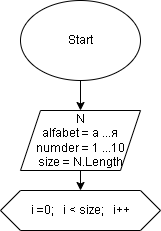
Before: diagram.drawio.png, a diagram exported from draw.io (Den-m1985/CSharpFinish). Source tidied: cells renumbered, new cells last; positions are measured from the earlier drawing's top-left corner, leaving out a move shared by most shapes.
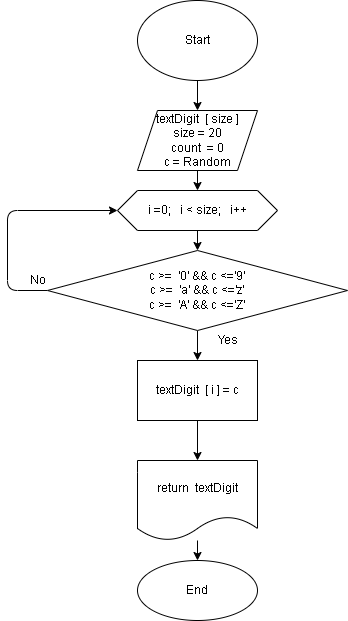
The same diagram one commit later.

Commit message:
redid diagram

Change to the diagram source:
```diff
@@ -11,11 +11,49 @@
     <mxCell id="4" style="edgeStyle=none;html=1;entryX=0.5;entryY=0;entryDx=0;entryDy=0;" parent="1" edge="1" source="5" target="6">
       <mxGeometry relative="1" as="geometry" />
     </mxCell>
-    <mxCell id="5" value="N&lt;br&gt;alfabet = а ...я&lt;br&gt;numder = 1 ...10&lt;br&gt;size = N.Length" style="shape=parallelogram;perimeter=parallelogramPerimeter;whiteSpace=wrap;html=1;fixedSize=1;" parent="1" vertex="1">
+    <mxCell id="5" value="textDigit&amp;nbsp; [ size ]&lt;br&gt;size = 20&lt;br&gt;count&amp;nbsp; = 0&lt;br&gt;c = Random" style="shape=parallelogram;perimeter=parallelogramPerimeter;whiteSpace=wrap;html=1;fixedSize=1;" parent="1" vertex="1">
       <mxGeometry x="20" y="110" width="120" height="60" as="geometry" />
     </mxCell>
+    <mxCell id="7" style="edgeStyle=none;html=1;" parent="1" edge="1" source="6" target="10">
+      <mxGeometry relative="1" as="geometry" />
+    </mxCell>
     <mxCell id="6" value="i =0;&amp;nbsp; &amp;nbsp;i &amp;lt; size;&amp;nbsp; &amp;nbsp;i++" style="shape=hexagon;perimeter=hexagonPerimeter2;whiteSpace=wrap;html=1;fixedSize=1;" parent="1" vertex="1">
       <mxGeometry y="190" width="160" height="40" as="geometry" />
     </mxCell>
+    <mxCell id="8" style="edgeStyle=none;html=1;" parent="1" edge="1" source="10" target="12">
+      <mxGeometry relative="1" as="geometry" />
+    </mxCell>
+    <mxCell id="9" style="edgeStyle=none;html=1;entryX=0;entryY=0.5;entryDx=0;entryDy=0;" parent="1" edge="1" source="10" target="6">
+      <mxGeometry relative="1" as="geometry">
+        <Array as="points">
+          <mxPoint x="-110" y="290" />
+          <mxPoint x="-110" y="210" />
+        </Array>
+      </mxGeometry>
+    </mxCell>
+    <mxCell id="10" value="c &amp;gt;=&amp;nbsp; '0' &amp;amp;&amp;amp; c &amp;lt;='9'&lt;br&gt;c &amp;gt;=&amp;nbsp; 'a' &amp;amp;&amp;amp; c &amp;lt;='z'&lt;br&gt;c &amp;gt;=&amp;nbsp; 'A' &amp;amp;&amp;amp; c &amp;lt;='Z'" style="rhombus;whiteSpace=wrap;html=1;" parent="1" vertex="1">
+      <mxGeometry x="-70" y="250" width="300" height="80" as="geometry" />
+    </mxCell>
+    <mxCell id="11" style="edgeStyle=none;html=1;entryX=0.5;entryY=0;entryDx=0;entryDy=0;" parent="1" edge="1" source="12" target="16">
+      <mxGeometry relative="1" as="geometry" />
+    </mxCell>
+    <mxCell id="12" value="textDigit&amp;nbsp; [ i ] = c" style="whiteSpace=wrap;html=1;" parent="1" vertex="1">
+      <mxGeometry x="20" y="360" width="120" height="60" as="geometry" />
+    </mxCell>
+    <mxCell id="13" value="No" style="text;html=1;align=center;verticalAlign=middle;strokeColor=none;fillColor=none;" parent="1" vertex="1">
+      <mxGeometry x="-95" y="270" width="30" height="20" as="geometry" />
+    </mxCell>
+    <mxCell id="14" value="Yes" style="text;html=1;align=center;verticalAlign=middle;strokeColor=none;fillColor=none;" parent="1" vertex="1">
+      <mxGeometry x="90" y="330" width="40" height="20" as="geometry" />
+    </mxCell>
+    <mxCell id="15" style="edgeStyle=none;html=1;" parent="1" edge="1" source="16" target="17">
+      <mxGeometry relative="1" as="geometry" />
+    </mxCell>
+    <mxCell id="16" value="return&amp;nbsp; textDigit" style="shape=document;whiteSpace=wrap;html=1;boundedLbl=1;" parent="1" vertex="1">
+      <mxGeometry x="20" y="460" width="120" height="80" as="geometry" />
+    </mxCell>
+    <mxCell id="17" value="End" style="ellipse;whiteSpace=wrap;html=1;" parent="1" vertex="1">
+      <mxGeometry x="20" y="560" width="120" height="60" as="geometry" />
+    </mxCell>
   </root>
 </mxGraphModel>
```
